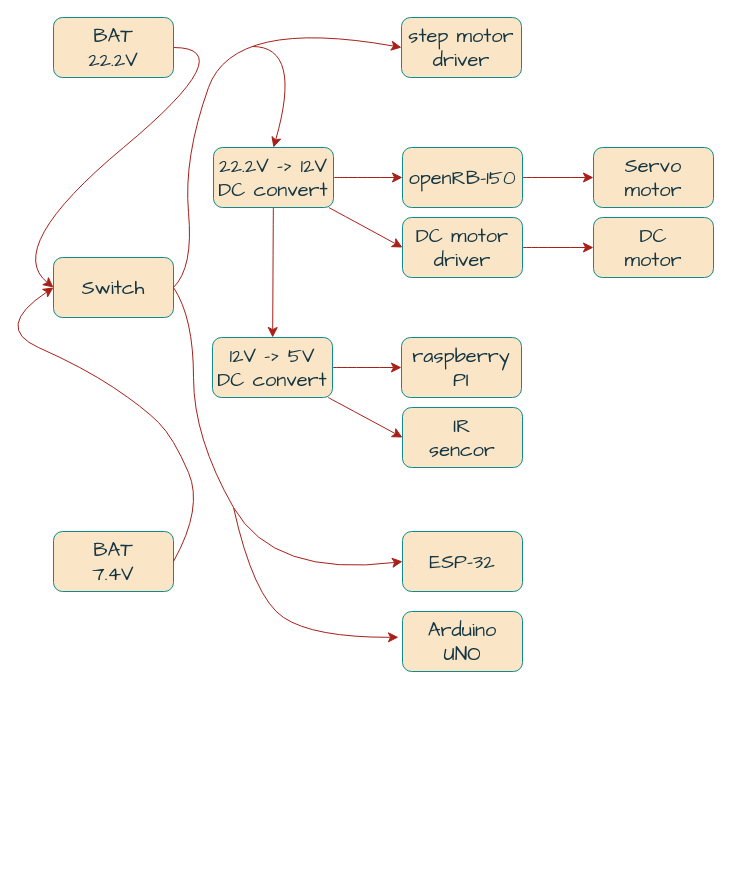
Above: page "페이지-2" (2 of 2) of System Diagram/Flowchart.drawio in myeonghosong/MJUACI (draw.io), before the change. Source tidied: cells renumbered, new cells numbered last; positions are measured from the earlier drawing's top-left corner, leaving out a move shared by most shapes. Both pictures are drawn from the tidied source at 100%, with x=0, y=0 at pixel (-7, 17).
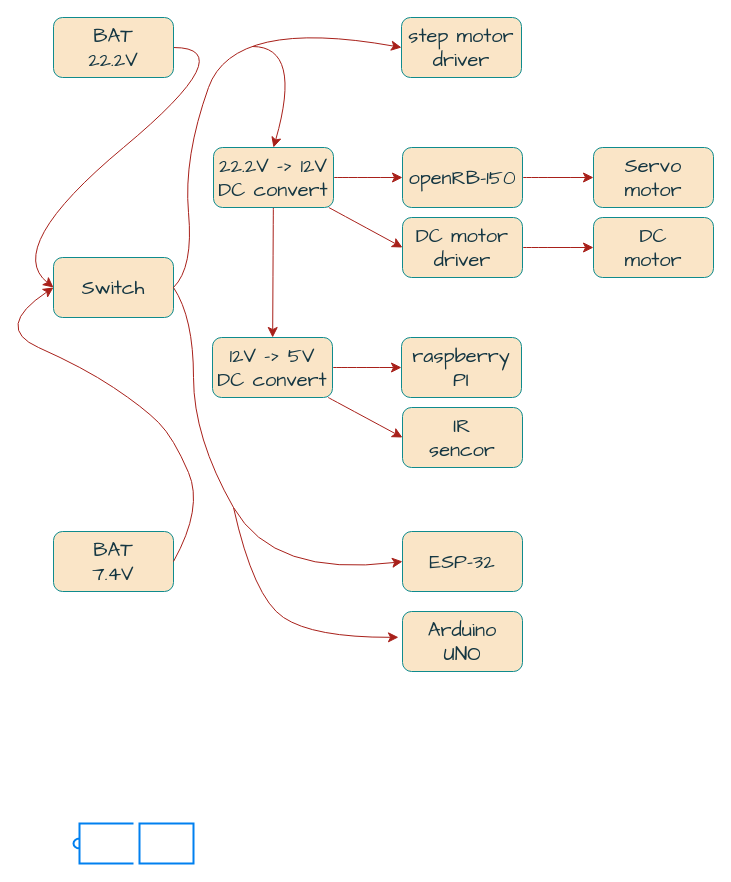
The same page after the edit.

Diff of the diagram source:
```diff
@@
+    <mxCell id="29" style="html=1;verticalLabelPosition=bottom;align=center;labelBackgroundColor=#ffffff;verticalAlign=top;strokeWidth=2;strokeColor=#0080F0;shadow=0;dashed=0;shape=mxgraph.ios7.icons.battery;direction=west;" parent="1" vertex="1">
+      <mxGeometry x="80" y="806" width="120" height="40" as="geometry" />
+    </mxCell>
```
